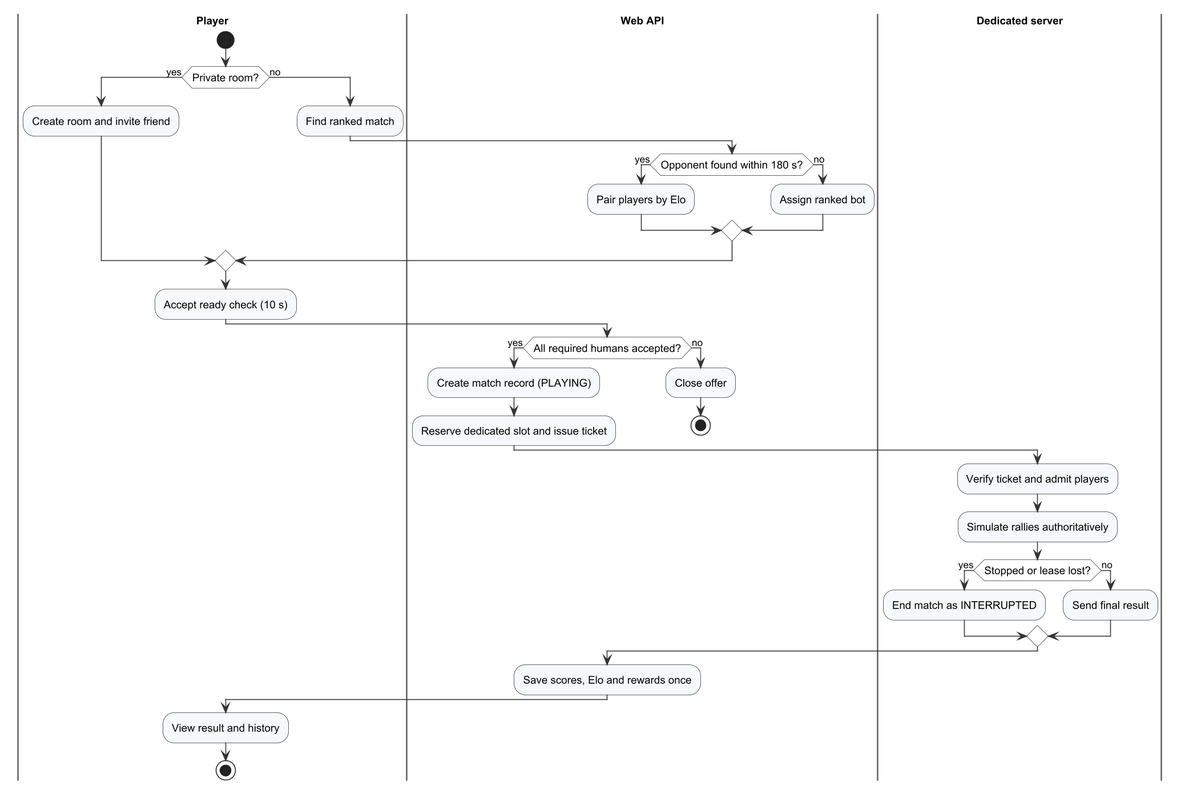
Above: Doc/Project_report/Report/diagrams/png/r4_act_w03.png in Tad-Min/PickleVerse (PlantUML), before the change. Source of this version:
```plantuml
@startuml r4_act_w03
!include _style.iuml
|Player|
start
if (Private room?) then (yes)
  :Create room and invite friend;
else (no)
  :Find ranked match;
  |Web API|
  if (Opponent found within 180 s?) then (yes)
    :Pair players by Elo;
  else (no)
    :Assign ranked bot;
  endif
endif
|Player|
:Accept ready check (10 s);
|Web API|
if (All required humans accepted?) then (yes)
  :Create match record (PLAYING);
  :Reserve dedicated slot and issue ticket;
else (no)
  :Close offer;
  stop
endif
|Dedicated server|
:Verify ticket and admit players;
:Simulate rallies authoritatively;
if (Stopped or lease lost?) then (yes)
  :End match as INTERRUPTED;
else (no)
  :Send final result;
endif
|Web API|
:Save scores, Elo and rewards once;
|Player|
:View result and history;
stop
@enduml
```
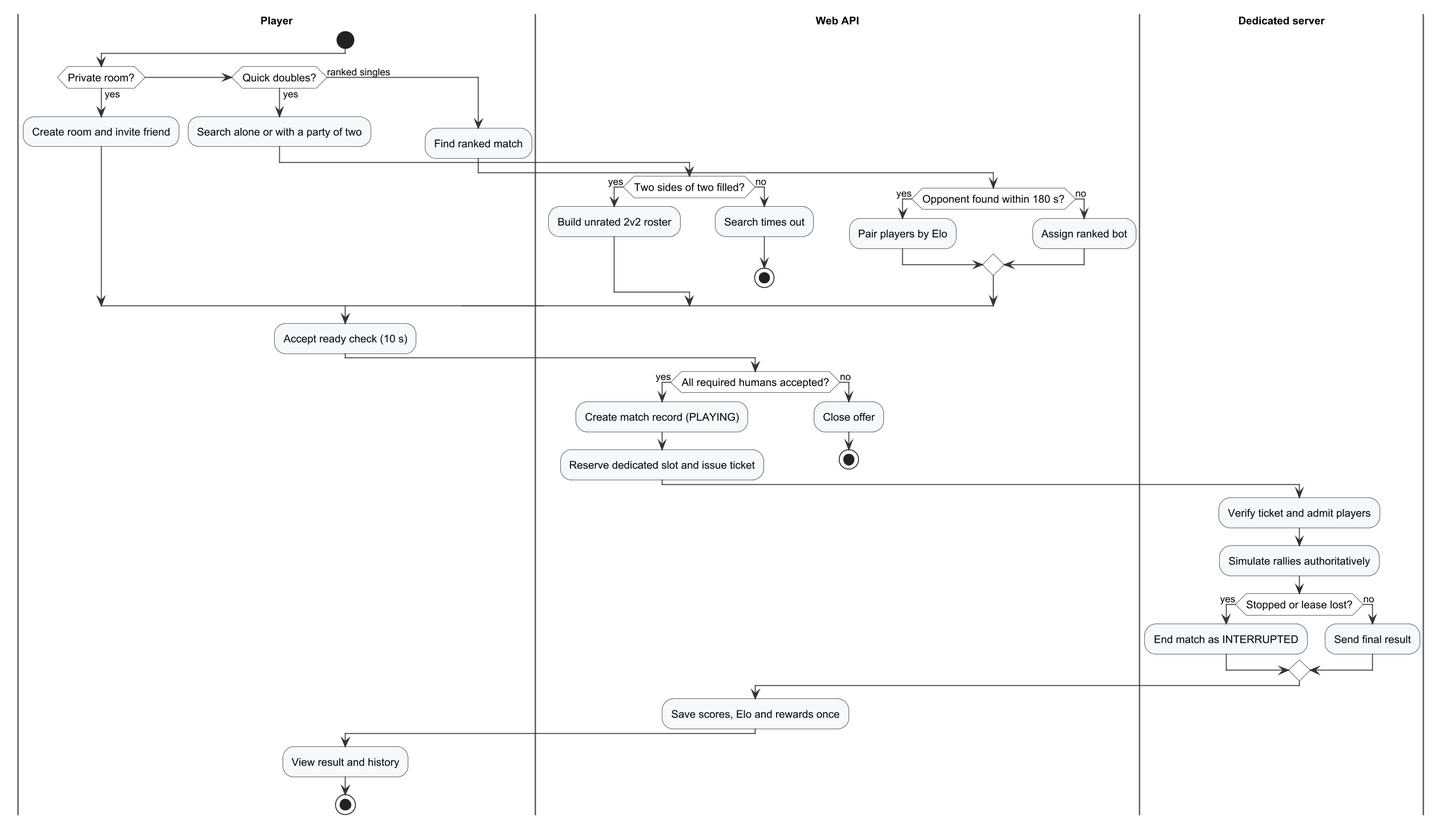
After the commit.

Diff of the diagram source:
```diff
@@ -4,7 +4,17 @@
 start
 if (Private room?) then (yes)
   :Create room and invite friend;
-else (no)
+elseif (Quick doubles?) then (yes)
+  :Search alone or with a party of two;
+  |Web API|
+  if (Two sides of two filled?) then (yes)
+    :Build unrated 2v2 roster;
+  else (no)
+    :Search times out;
+    stop
+  endif
+else (ranked singles)
+  |Player|
   :Find ranked match;
   |Web API|
   if (Opponent found within 180 s?) then (yes)
```
